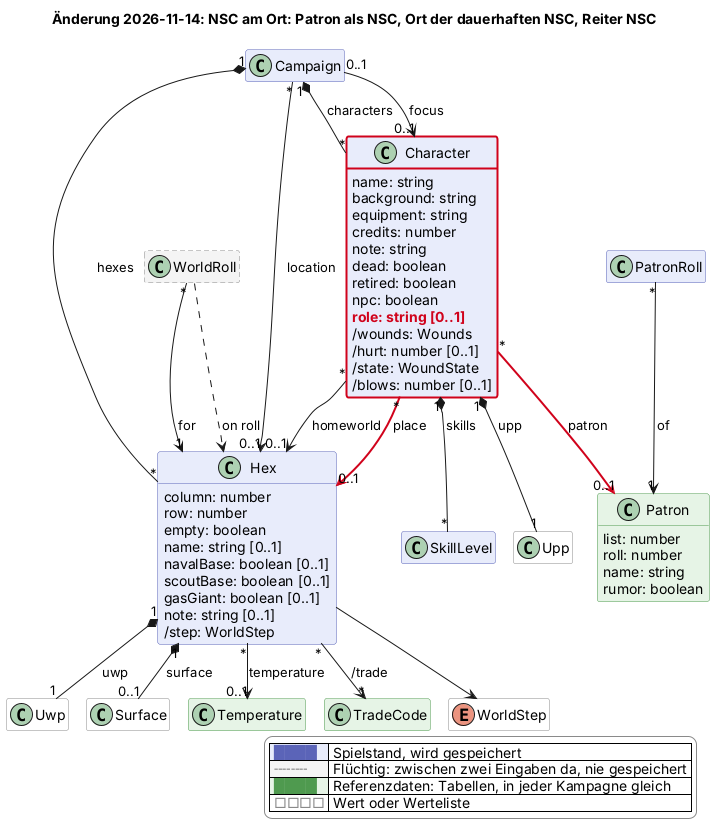
Before: docs/changes/2026-11-14-nsc-am-ort.png, a diagram exported from PlantUML (scuzzar/SRE). Its diagram source:
```plantuml
@startuml
!$change = "2026-11-14"
!if %not(%variable_exists("$change"))
!$change = "*"
!endif
!function $marked($c)
!return $change == "*" || $change == $c
!endfunction
!function $new($c, $t)
!if $marked($c)
!return "<color:#d0021b><b>" + $t + "</b></color>"
!endif
!return $t
!endfunction
!procedure $gone($c, $t)
!if $marked($c)
<color:#d0021b><s>$t</s></color>
!endif
!endprocedure
!function $newClass($c)
!if $marked($c)
!return "#line:d0021b;line.bold"
!endif
!return ""
!endfunction
!function $newArrow($c)
!if $marked($c)
!return "[#d0021b,bold]"
!endif
!return ""
!endfunction
!function $goneArrow($c)
!if $marked($c)
!return "[#d0021b,dashed]"
!endif
!return ""
!endfunction
!pragma layout smetana
title Änderung 2026-11-14: NSC am Ort: Patron als NSC, Ort der dauerhaften NSC, Reiter NSC
hide empty members
hide methods
skinparam classAttributeIconSize 0
skinparam shadowing false
skinparam packageStyle rectangle
skinparam class {
  BackgroundColor #e8ecfb
  BorderColor #5b64b8
  BackgroundColor<<transient>> #f4f4f4
  BorderColor<<transient>> #8a8a8a
  BackgroundColor<<reference>> #e6f4e6
  BorderColor<<reference>> #4f9a4f
  BackgroundColor<<value>> #ffffff
  BorderColor<<value>> #8a8a8a
}
skinparam legendBackgroundColor #ffffff
skinparam legendBorderColor #8a8a8a
<style>
classDiagram {
  class {
    .transient {
      LineStyle 5-3
    }
  }
}
</style>
hide <<transient>> stereotype
hide <<reference>> stereotype
hide <<value>> stereotype

  class Campaign $kampagne
  class Character $charakter {
    name: string
    background: string
    equipment: string
    credits: number
    note: string
    dead: boolean
    retired: boolean
    npc: boolean
    $new("2026-11-14", "role: string [0..1]")
    /wounds: Wounds
    /hurt: number [0..1]
    /state: WoundState
    /blows: number [0..1]
  }
  class Upp <<value>> $charakter
  class SkillLevel $charakter


  class Hex $sektor {
    column: number
    row: number
    empty: boolean
    name: string [0..1]
    navalBase: boolean [0..1]
    scoutBase: boolean [0..1]
    gasGiant: boolean [0..1]
    note: string [0..1]
    /step: WorldStep
  }
  class Uwp <<value>> $sektor
  class WorldRoll <<transient>> $sektor

  class PatronRoll $begegnung


  class Patron <<reference>> $begegnung {
    list: number
    roll: number
    name: string
    rumor: boolean
  }

  class Surface <<value>> $sektor
  class Temperature <<reference>> $sektor
  class TradeCode <<reference>> $sektor
  enum WorldStep <<value>> $sektor

Campaign "1" *-- "*" Character : characters
Campaign "0..1" --> "0..1" Character : focus
Campaign "*" --> "0..1" Hex : location


Character "*" --> "0..1" Hex : homeworld
Character "*" -$newArrow("2026-11-14")-> "0..1" Hex : place
Character "*" -$newArrow("2026-11-14")-> "0..1" Patron : patron


Campaign "1" *-- "*" Hex : hexes
Hex "1" *-- "1" Uwp : uwp
Hex --> WorldStep
WorldRoll "*" --> "1" Hex : for
WorldRoll ..> Hex : on roll
Hex "*" --> "*" TradeCode : /trade
Hex "*" --> "0..1" Temperature : temperature
Hex "1" *-- "0..1" Surface : surface

Character "1" *-- "1" Upp : upp
Character "1" *-- "*" SkillLevel : skills


PatronRoll "*" --> "1" Patron : of






legend right
  |<#e8ecfb> <color:#5b64b8>████</color> | Spielstand, wird gespeichert |
  |<#f4f4f4> <color:#8a8a8a>╌╌╌╌</color> | Flüchtig: zwischen zwei Eingaben da, nie gespeichert |
  |<#e6f4e6> <color:#4f9a4f>████</color> | Referenzdaten: Tabellen, in jeder Kampagne gleich |
  |<#ffffff> <color:#8a8a8a>□□□□</color> | Wert oder Werteliste |
endlegend
class Character #line:d0021b;line.bold
@enduml
```
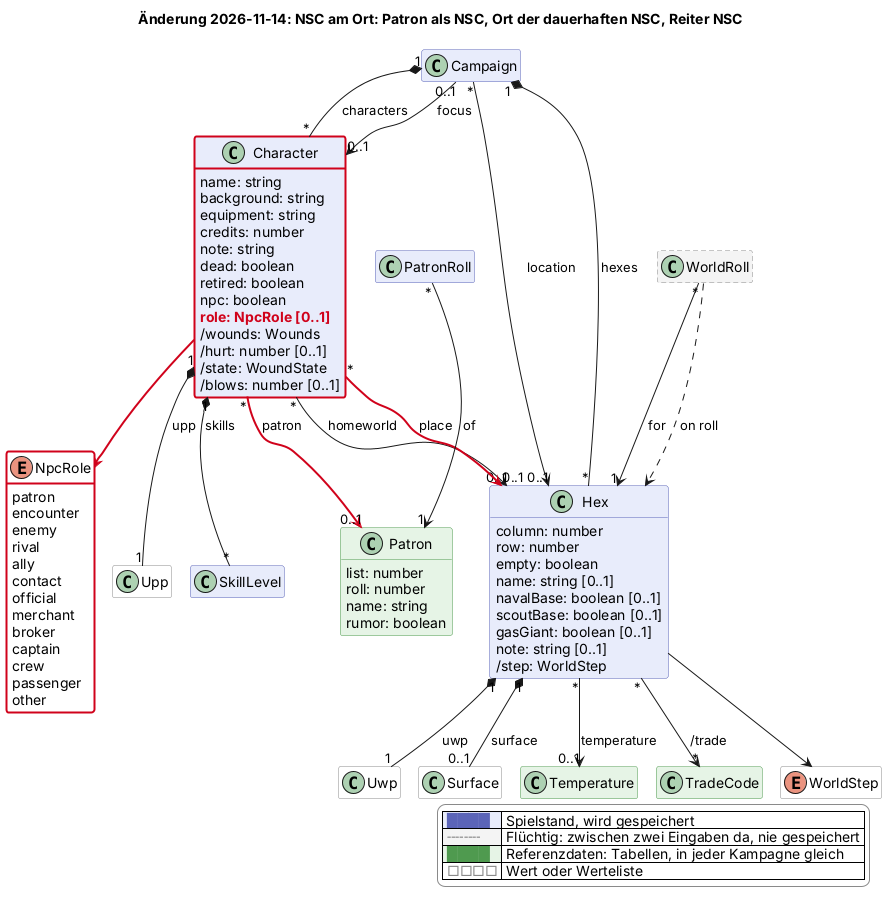
Later version of the same file.

Commit message:
Modell: Rolle eines NSC als feste Werteliste NpcRole

What changed in the source:
```diff
@@ -77,11 +77,26 @@
     dead: boolean
     retired: boolean
     npc: boolean
-    $new("2026-11-14", "role: string [0..1]")
+    $new("2026-11-14", "role: NpcRole [0..1]")
     /wounds: Wounds
     /hurt: number [0..1]
     /state: WoundState
     /blows: number [0..1]
+  }
+  enum NpcRole <<value>> $charakter $newClass("2026-11-14") {
+    patron
+    encounter
+    enemy
+    rival
+    ally
+    contact
+    official
+    merchant
+    broker
+    captain
+    crew
+    passenger
+    other
   }
   class Upp <<value>> $charakter
   class SkillLevel $charakter
@@ -124,6 +139,7 @@
 Character "*" --> "0..1" Hex : homeworld
 Character "*" -$newArrow("2026-11-14")-> "0..1" Hex : place
 Character "*" -$newArrow("2026-11-14")-> "0..1" Patron : patron
+Character -$newArrow("2026-11-14")-> NpcRole
 
 
 Campaign "1" *-- "*" Hex : hexes
```
